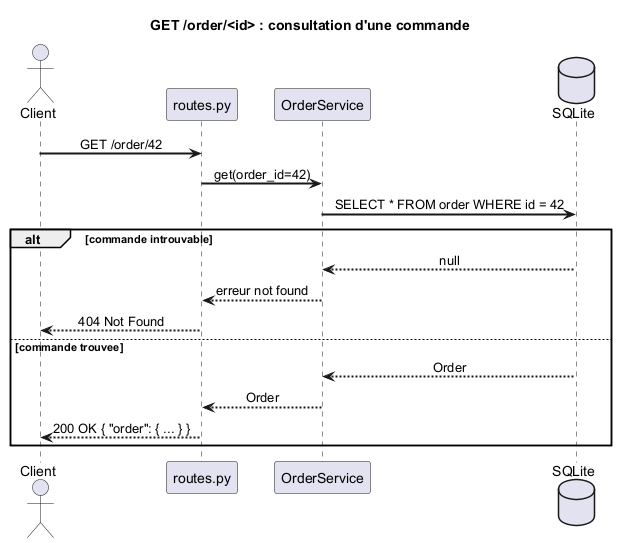
Above: docs/seq_04_get_order.png in but-yohan-carvalho/application-web (PlantUML), before the change. Its diagram source:
```plantuml
@startuml seq_04_get_order

skinparam sequenceMessageAlign center
skinparam responseMessageBelowArrow true
skinparam sequenceArrowThickness 2

title GET /order/<id> : consultation d'une commande

actor       Client
participant "routes.py"    as Routes
participant "OrderService" as OS
database    "SQLite"       as DB

Client -> Routes  : GET /order/42
Routes -> OS      : get(order_id=42)
OS -> DB          : SELECT * FROM order WHERE id = 42

alt commande introuvable
    DB --> OS         : null
    OS --> Routes     : erreur not found
    Routes --> Client : 404 Not Found

else commande trouvee
    DB --> OS         : Order
    OS --> Routes     : Order
    Routes --> Client : 200 OK { "order": { ... } }
end

@enduml
```
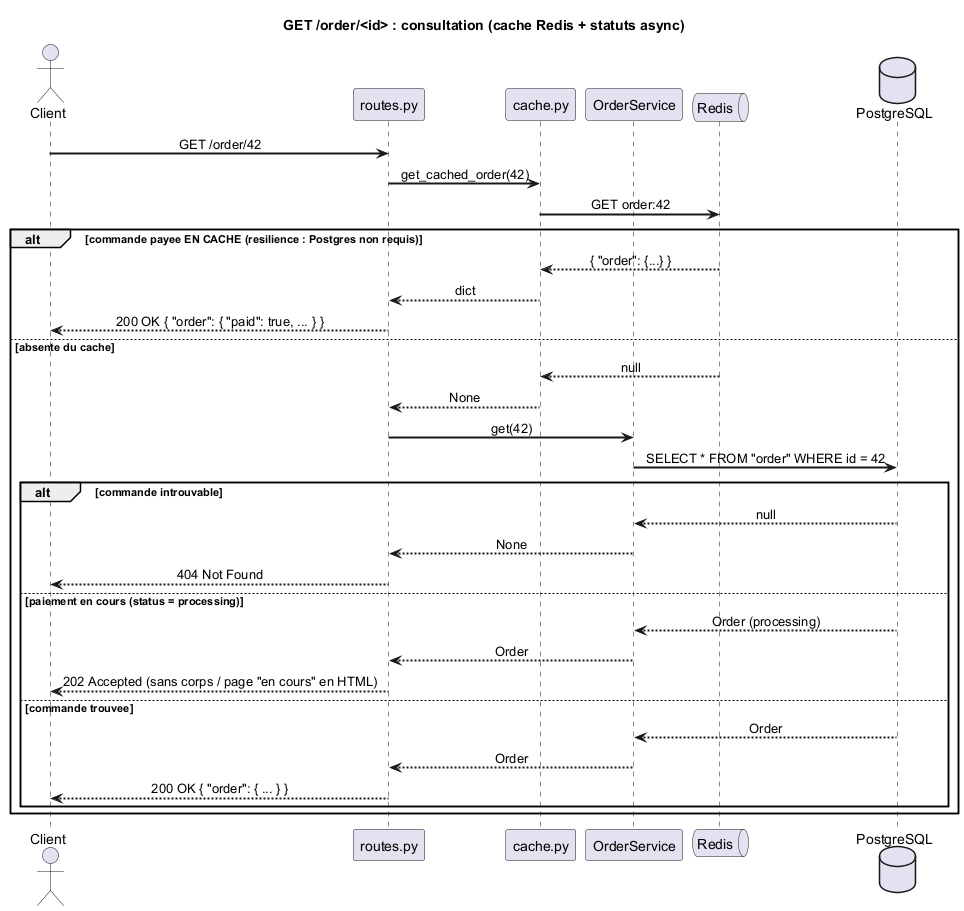
The same file after the commit.

Change to the diagram source:
```diff
@@ -4,26 +4,45 @@
 skinparam responseMessageBelowArrow true
 skinparam sequenceArrowThickness 2
 
-title GET /order/<id> : consultation d'une commande
+title GET /order/<id> : consultation (cache Redis + statuts async)
 
 actor       Client
 participant "routes.py"    as Routes
+participant "cache.py"     as Cache
 participant "OrderService" as OS
-database    "SQLite"       as DB
+queue       "Redis"        as REDIS
+database    "PostgreSQL"   as DB
 
 Client -> Routes  : GET /order/42
-Routes -> OS      : get(order_id=42)
-OS -> DB          : SELECT * FROM order WHERE id = 42
+Routes -> Cache   : get_cached_order(42)
+Cache -> REDIS    : GET order:42
 
-alt commande introuvable
-    DB --> OS         : null
-    OS --> Routes     : erreur not found
-    Routes --> Client : 404 Not Found
+alt commande payee EN CACHE (resilience : Postgres non requis)
+    REDIS --> Cache   : { "order": {...} }
+    Cache --> Routes  : dict
+    Routes --> Client : 200 OK { "order": { "paid": true, ... } }
 
-else commande trouvee
-    DB --> OS         : Order
-    OS --> Routes     : Order
-    Routes --> Client : 200 OK { "order": { ... } }
+else absente du cache
+    REDIS --> Cache   : null
+    Cache --> Routes  : None
+    Routes -> OS      : get(42)
+    OS -> DB          : SELECT * FROM "order" WHERE id = 42
+
+    alt commande introuvable
+        DB --> OS         : null
+        OS --> Routes     : None
+        Routes --> Client : 404 Not Found
+
+    else paiement en cours (status = processing)
+        DB --> OS         : Order (processing)
+        OS --> Routes     : Order
+        Routes --> Client : 202 Accepted (sans corps / page "en cours" en HTML)
+
+    else commande trouvee
+        DB --> OS         : Order
+        OS --> Routes     : Order
+        Routes --> Client : 200 OK { "order": { ... } }
+    end
 end
 
 @enduml
```
